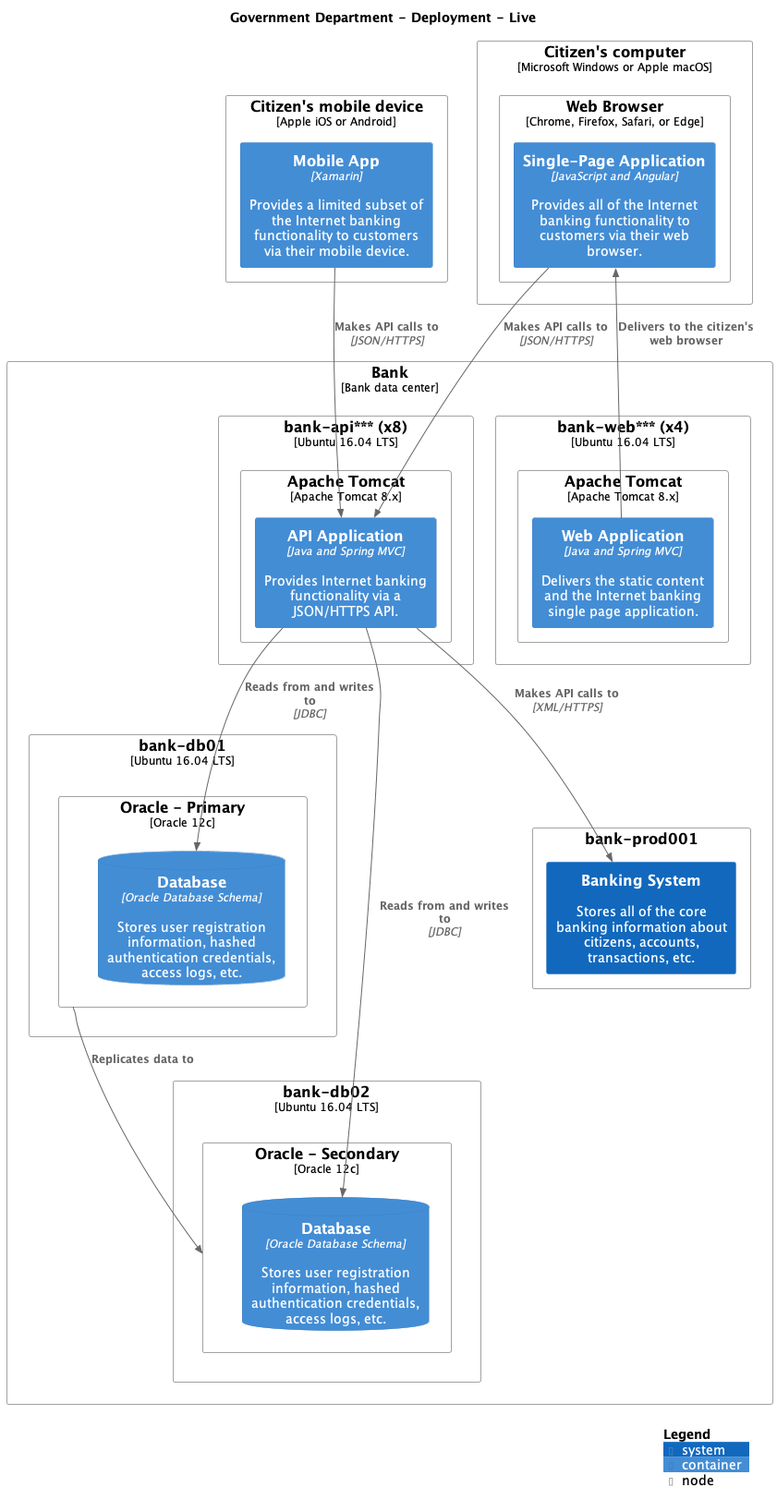
Above: main/png/LiveDeployment.png in madetech/structurizr-template (PlantUML), before the change.
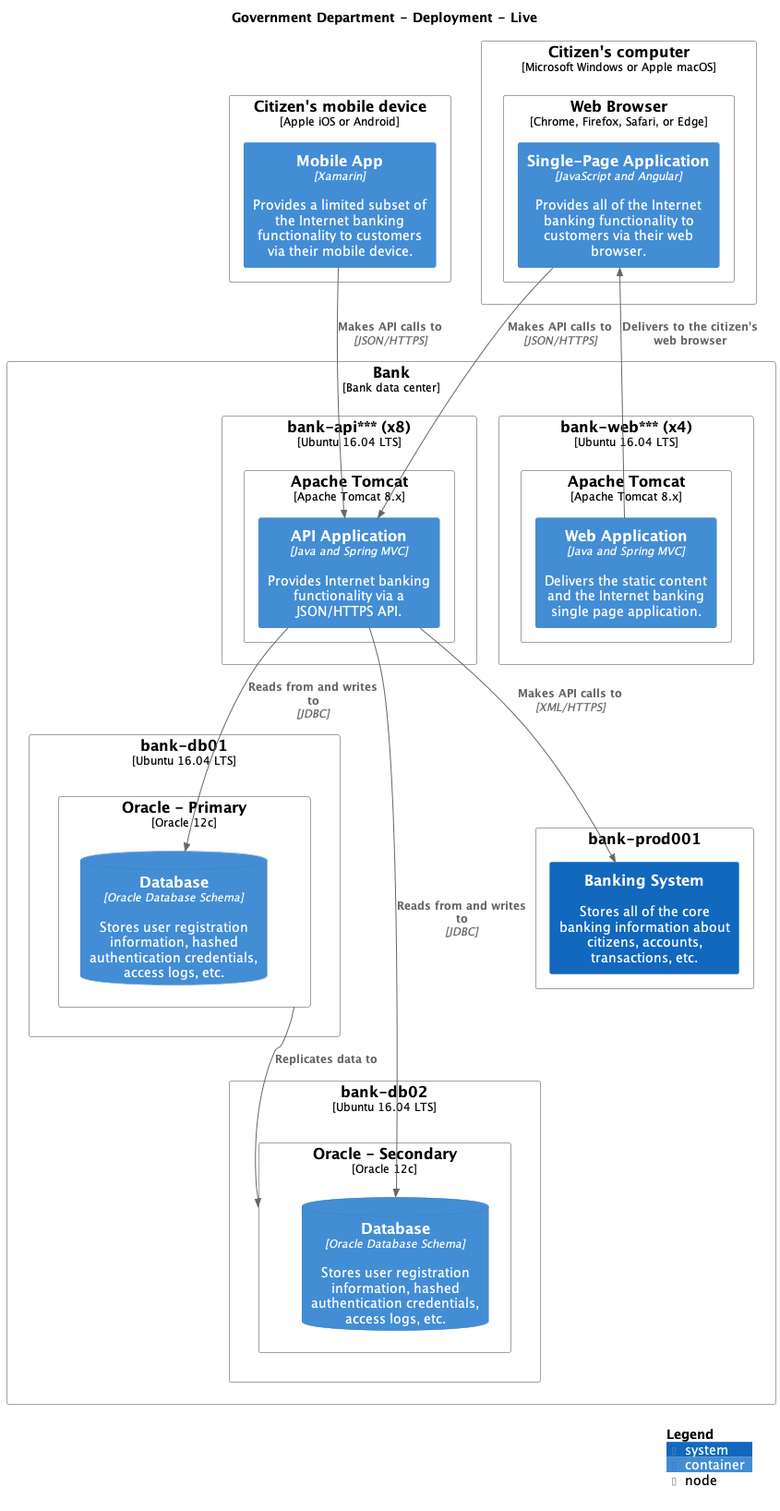
After the commit.

Change to the diagram source:
```diff
@@ -9,59 +9,59 @@
 !include <C4/C4_Container>
 !include <C4/C4_Deployment>
 
-Deployment_Node(Live.Citizensmobiledevice, "Citizen's mobile device", $type="Apple iOS or Android", $tags="", $link="") {
+Deployment_Node(Live.Citizensmobiledevice, "Citizen's mobile device", $type="Apple iOS or Android", $descr="", $tags="", $link="") {
   Container(Live.Citizensmobiledevice.MobileApp_1, "Mobile App", $techn="Xamarin", $descr="Provides a limited subset of the Internet banking functionality to customers via their mobile device.", $tags="", $link="")
 }
 
-Deployment_Node(Live.Citizenscomputer, "Citizen's computer", $type="Microsoft Windows or Apple macOS", $tags="", $link="") {
-  Deployment_Node(Live.Citizenscomputer.WebBrowser, "Web Browser", $type="Chrome, Firefox, Safari, or Edge", $tags="", $link="") {
+Deployment_Node(Live.Citizenscomputer, "Citizen's computer", $type="Microsoft Windows or Apple macOS", $descr="", $tags="", $link="") {
+  Deployment_Node(Live.Citizenscomputer.WebBrowser, "Web Browser", $type="Chrome, Firefox, Safari, or Edge", $descr="", $tags="", $link="") {
     Container(Live.Citizenscomputer.WebBrowser.SinglePageApplication_1, "Single-Page Application", $techn="JavaScript and Angular", $descr="Provides all of the Internet banking functionality to customers via their web browser.", $tags="", $link="")
   }
 
 }
 
-Deployment_Node(Live.Bank, "Bank", $type="Bank data center", $tags="", $link="") {
-  Deployment_Node(Live.Bank.bankweb, "bank-web*** (x4)", $type="Ubuntu 16.04 LTS", $tags="", $link="") {
-    Deployment_Node(Live.Bank.bankweb.ApacheTomcat, "Apache Tomcat", $type="Apache Tomcat 8.x", $tags="", $link="") {
+Deployment_Node(Live.Bank, "Bank", $type="Bank data center", $descr="", $tags="", $link="") {
+  Deployment_Node(Live.Bank.bankweb, "bank-web*** (x4)", $type="Ubuntu 16.04 LTS", $descr="", $tags="", $link="") {
+    Deployment_Node(Live.Bank.bankweb.ApacheTomcat, "Apache Tomcat", $type="Apache Tomcat 8.x", $descr="", $tags="", $link="") {
       Container(Live.Bank.bankweb.ApacheTomcat.WebApplication_1, "Web Application", $techn="Java and Spring MVC", $descr="Delivers the static content and the Internet banking single page application.", $tags="", $link="")
     }
 
   }
 
-  Deployment_Node(Live.Bank.bankapi, "bank-api*** (x8)", $type="Ubuntu 16.04 LTS", $tags="", $link="") {
-    Deployment_Node(Live.Bank.bankapi.ApacheTomcat, "Apache Tomcat", $type="Apache Tomcat 8.x", $tags="", $link="") {
+  Deployment_Node(Live.Bank.bankapi, "bank-api*** (x8)", $type="Ubuntu 16.04 LTS", $descr="", $tags="", $link="") {
+    Deployment_Node(Live.Bank.bankapi.ApacheTomcat, "Apache Tomcat", $type="Apache Tomcat 8.x", $descr="", $tags="", $link="") {
       Container(Live.Bank.bankapi.ApacheTomcat.APIApplication_1, "API Application", $techn="Java and Spring MVC", $descr="Provides Internet banking functionality via a JSON/HTTPS API.", $tags="", $link="")
     }
 
   }
 
-  Deployment_Node(Live.Bank.bankdb01, "bank-db01", $type="Ubuntu 16.04 LTS", $tags="", $link="") {
-    Deployment_Node(Live.Bank.bankdb01.OraclePrimary, "Oracle - Primary", $type="Oracle 12c", $tags="", $link="") {
+  Deployment_Node(Live.Bank.bankdb01, "bank-db01", $type="Ubuntu 16.04 LTS", $descr="", $tags="", $link="") {
+    Deployment_Node(Live.Bank.bankdb01.OraclePrimary, "Oracle - Primary", $type="Oracle 12c", $descr="", $tags="", $link="") {
       ContainerDb(Live.Bank.bankdb01.OraclePrimary.Database_1, "Database", $techn="Oracle Database Schema", $descr="Stores user registration information, hashed authentication credentials, access logs, etc.", $tags="", $link="")
     }
 
   }
 
-  Deployment_Node(Live.Bank.bankdb02, "bank-db02", $type="Ubuntu 16.04 LTS", $tags="", $link="") {
-    Deployment_Node(Live.Bank.bankdb02.OracleSecondary, "Oracle - Secondary", $type="Oracle 12c", $tags="", $link="") {
+  Deployment_Node(Live.Bank.bankdb02, "bank-db02", $type="Ubuntu 16.04 LTS", $descr="", $tags="", $link="") {
+    Deployment_Node(Live.Bank.bankdb02.OracleSecondary, "Oracle - Secondary", $type="Oracle 12c", $descr="", $tags="", $link="") {
       ContainerDb(Live.Bank.bankdb02.OracleSecondary.Database_1, "Database", $techn="Oracle Database Schema", $descr="Stores user registration information, hashed authentication credentials, access logs, etc.", $tags="", $link="")
     }
 
   }
 
-  Deployment_Node(Live.Bank.bankprod001, "bank-prod001", $type="", $tags="", $link="") {
+  Deployment_Node(Live.Bank.bankprod001, "bank-prod001", $type="", $descr="", $tags="", $link="") {
     System(Live.Bank.bankprod001.BankingSystem_1, "Banking System", $descr="Stores all of the core banking information about citizens, accounts, transactions, etc.", $tags="", $link="")
   }
 
 }
 
-Rel_D(Live.Bank.bankweb.ApacheTomcat.WebApplication_1, Live.Citizenscomputer.WebBrowser.SinglePageApplication_1, "Delivers to the citizen's web browser", $techn="", $tags="", $link="")
-Rel_D(Live.Citizensmobiledevice.MobileApp_1, Live.Bank.bankapi.ApacheTomcat.APIApplication_1, "Makes API calls to", $techn="JSON/HTTPS", $tags="", $link="")
-Rel_D(Live.Citizenscomputer.WebBrowser.SinglePageApplication_1, Live.Bank.bankapi.ApacheTomcat.APIApplication_1, "Makes API calls to", $techn="JSON/HTTPS", $tags="", $link="")
-Rel_D(Live.Bank.bankapi.ApacheTomcat.APIApplication_1, Live.Bank.bankdb01.OraclePrimary.Database_1, "Reads from and writes to", $techn="JDBC", $tags="", $link="")
-Rel_D(Live.Bank.bankapi.ApacheTomcat.APIApplication_1, Live.Bank.bankdb02.OracleSecondary.Database_1, "Reads from and writes to", $techn="JDBC", $tags="", $link="")
-Rel_D(Live.Bank.bankapi.ApacheTomcat.APIApplication_1, Live.Bank.bankprod001.BankingSystem_1, "Makes API calls to", $techn="XML/HTTPS", $tags="", $link="")
-Rel_D(Live.Bank.bankdb01.OraclePrimary, Live.Bank.bankdb02.OracleSecondary, "Replicates data to", $techn="", $tags="", $link="")
+Rel(Live.Bank.bankweb.ApacheTomcat.WebApplication_1, Live.Citizenscomputer.WebBrowser.SinglePageApplication_1, "Delivers to the citizen's web browser", $techn="", $tags="", $link="")
+Rel(Live.Citizensmobiledevice.MobileApp_1, Live.Bank.bankapi.ApacheTomcat.APIApplication_1, "Makes API calls to", $techn="JSON/HTTPS", $tags="", $link="")
+Rel(Live.Citizenscomputer.WebBrowser.SinglePageApplication_1, Live.Bank.bankapi.ApacheTomcat.APIApplication_1, "Makes API calls to", $techn="JSON/HTTPS", $tags="", $link="")
+Rel(Live.Bank.bankapi.ApacheTomcat.APIApplication_1, Live.Bank.bankdb01.OraclePrimary.Database_1, "Reads from and writes to", $techn="JDBC", $tags="", $link="")
+Rel(Live.Bank.bankapi.ApacheTomcat.APIApplication_1, Live.Bank.bankdb02.OracleSecondary.Database_1, "Reads from and writes to", $techn="JDBC", $tags="", $link="")
+Rel(Live.Bank.bankapi.ApacheTomcat.APIApplication_1, Live.Bank.bankprod001.BankingSystem_1, "Makes API calls to", $techn="XML/HTTPS", $tags="", $link="")
+Rel(Live.Bank.bankdb01.OraclePrimary, Live.Bank.bankdb02.OracleSecondary, "Replicates data to", $techn="", $tags="", $link="")
 
 SHOW_LEGEND(true)
 @enduml
```
